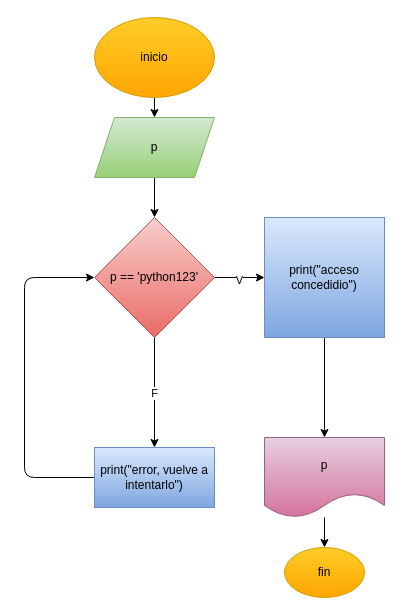
Earlier version of the draw.io diagram ejercicio 1/diagrama.drawio (JuanManuelDiazOchoa680/Taller-instrucci-n-repetitiva-while). Source tidied: cells renumbered, new cells numbered last; positions are measured from the earlier drawing's top-left corner, leaving out a move shared by most shapes. Both pictures are drawn from the tidied source at 100%, with x=0, y=0 at pixel (24, 17).
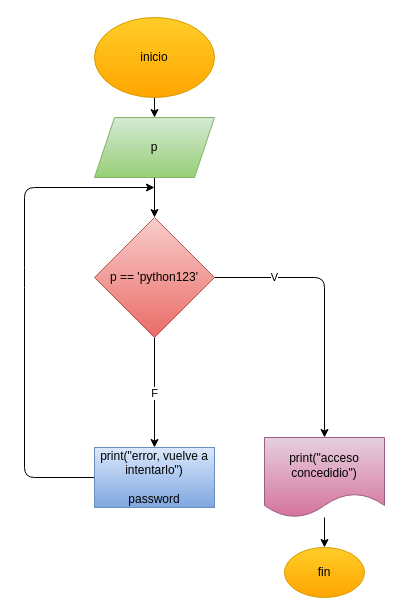
The same page after the edit.

Change to the diagram source:
```diff
@@
 <mxGraphModel>
   <root>
     <mxCell id="0" />
     <mxCell id="1" parent="0" />
     <mxCell id="2" style="edgeStyle=none;html=1;" parent="1" edge="1" source="3" target="5">
       <mxGeometry relative="1" as="geometry" />
     </mxCell>
     <mxCell id="3" value="inicio" style="ellipse;whiteSpace=wrap;html=1;fillColor=#ffcd28;gradientColor=#ffa500;strokeColor=#d79b00;" parent="1" vertex="1">
       <mxGeometry x="70" width="120" height="80" as="geometry" />
     </mxCell>
     <mxCell id="4" style="edgeStyle=none;html=1;" parent="1" edge="1" source="5" target="10">
       <mxGeometry relative="1" as="geometry" />
     </mxCell>
     <mxCell id="5" value="p" style="shape=parallelogram;perimeter=parallelogramPerimeter;whiteSpace=wrap;html=1;fixedSize=1;fillColor=#d5e8d4;gradientColor=#97d077;strokeColor=#82b366;" parent="1" vertex="1">
       <mxGeometry x="70" y="100" width="120" height="60" as="geometry" />
     </mxCell>
     <mxCell id="6" style="edgeStyle=none;html=1;" parent="1" edge="1" source="10" target="12">
       <mxGeometry relative="1" as="geometry" />
     </mxCell>
     <mxCell id="7" value="F" style="edgeLabel;html=1;align=center;verticalAlign=middle;" parent="6" vertex="1">
       <mxGeometry y="-1" relative="1" as="geometry" />
     </mxCell>
-    <mxCell id="8" style="edgeStyle=none;html=1;" parent="1" edge="1" source="10" target="14">
-      <mxGeometry relative="1" as="geometry" />
-    </mxCell>
+    <mxCell id="18" style="edgeStyle=none;html=1;entryX=0.5;entryY=0;entryDx=0;entryDy=0;" parent="1" edge="1" source="10" target="16">
+      <mxGeometry relative="1" as="geometry">
+        <Array as="points">
+          <mxPoint x="300" y="260" />
+        </Array>
+      </mxGeometry>
+    </mxCell>
-    <mxCell id="9" value="V" style="edgeLabel;html=1;align=center;verticalAlign=middle;" parent="8" vertex="1">
-      <mxGeometry x="-0.04" y="-2" relative="1" as="geometry" />
+    <mxCell id="9" value="V" style="edgeLabel;html=1;align=center;verticalAlign=middle;" parent="18" vertex="1">
+      <mxGeometry x="-0.56" y="1" relative="1" as="geometry" />
     </mxCell>
     <mxCell id="10" value="p == 'python123'" style="rhombus;whiteSpace=wrap;html=1;fillColor=#f8cecc;gradientColor=#ea6b66;strokeColor=#b85450;" parent="1" vertex="1">
       <mxGeometry x="70" y="200" width="120" height="120" as="geometry" />
     </mxCell>
-    <mxCell id="11" style="edgeStyle=none;html=1;entryX=0;entryY=0.5;entryDx=0;entryDy=0;" parent="1" edge="1" source="12" target="10">
+    <mxCell id="11" style="edgeStyle=none;html=1;" parent="1" edge="1" source="12">
       <mxGeometry relative="1" as="geometry">
+        <mxPoint x="130" y="170" as="targetPoint" />
         <Array as="points">
           <mxPoint y="460" />
           <mxPoint y="260" />
+          <mxPoint y="170" />
         </Array>
       </mxGeometry>
     </mxCell>
-    <mxCell id="12" value="print(&quot;error, vuelve a intentarlo&quot;)" style="whiteSpace=wrap;html=1;fillColor=#dae8fc;gradientColor=#7ea6e0;strokeColor=#6c8ebf;" parent="1" vertex="1">
+    <mxCell id="12" value="print(&quot;error, vuelve a intentarlo&quot;)&lt;div&gt;&lt;br&gt;&lt;/div&gt;&lt;div&gt;password&lt;/div&gt;" style="whiteSpace=wrap;html=1;fillColor=#dae8fc;gradientColor=#7ea6e0;strokeColor=#6c8ebf;" parent="1" vertex="1">
       <mxGeometry x="70" y="430" width="120" height="60" as="geometry" />
     </mxCell>
-    <mxCell id="13" style="edgeStyle=none;html=1;" parent="1" edge="1" source="14" target="16">
-      <mxGeometry relative="1" as="geometry" />
-    </mxCell>
-    <mxCell id="14" value="&lt;div&gt;&lt;span style=&quot;background-color: transparent;&quot;&gt;print(&quot;acceso concedidio&quot;)&lt;/span&gt;&lt;/div&gt;" style="whiteSpace=wrap;html=1;fillColor=#dae8fc;gradientColor=#7ea6e0;strokeColor=#6c8ebf;" parent="1" vertex="1">
-      <mxGeometry x="240" y="200" width="120" height="120" as="geometry" />
-    </mxCell>
     <mxCell id="15" style="edgeStyle=none;html=1;" parent="1" edge="1" source="16" target="17">
       <mxGeometry relative="1" as="geometry" />
     </mxCell>
-    <mxCell id="16" value="p" style="shape=document;whiteSpace=wrap;html=1;boundedLbl=1;fillColor=#e6d0de;gradientColor=#d5739d;strokeColor=#996185;" parent="1" vertex="1">
+    <mxCell id="16" value="print(&quot;acceso concedidio&quot;)" style="shape=document;whiteSpace=wrap;html=1;boundedLbl=1;fillColor=#e6d0de;gradientColor=#d5739d;strokeColor=#996185;" parent="1" vertex="1">
       <mxGeometry x="240" y="420" width="120" height="80" as="geometry" />
     </mxCell>
     <mxCell id="17" value="fin" style="ellipse;whiteSpace=wrap;html=1;fillColor=#ffcd28;gradientColor=#ffa500;strokeColor=#d79b00;" parent="1" vertex="1">
       <mxGeometry x="260" y="530" width="80" height="50" as="geometry" />
     </mxCell>
   </root>
 </mxGraphModel>
```
